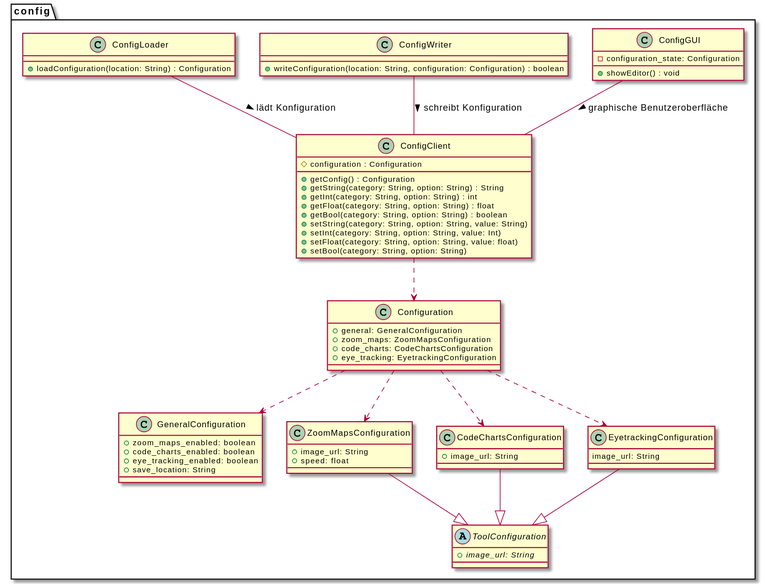
Above: meilenstein_03/uml-config/config.svg in weichware10/meilensteine (PlantUML), before the change.
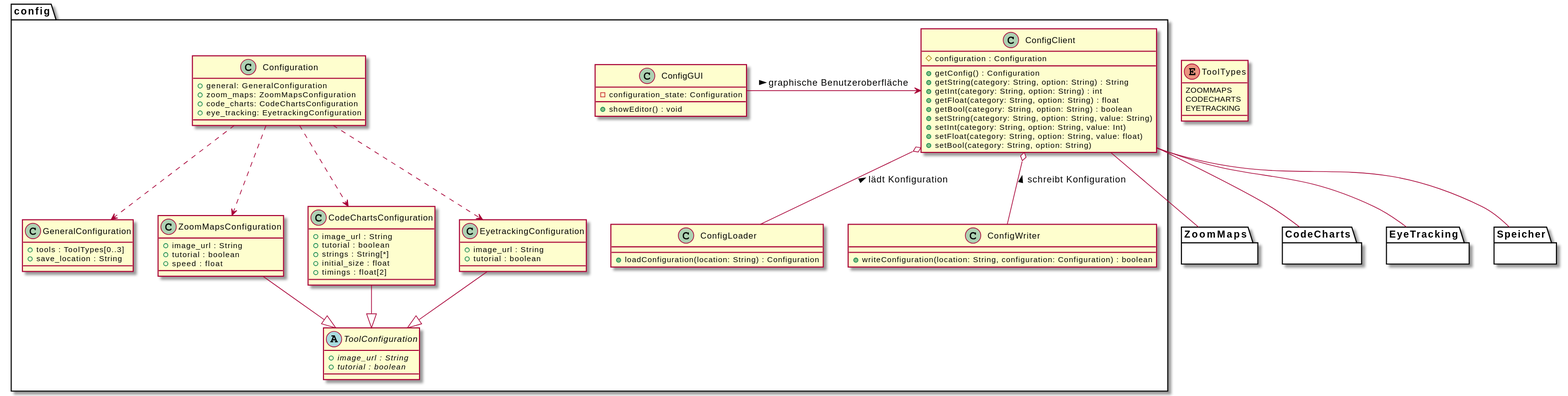
After the change.

Commit message:
Render PlantUML SVGs

Change to the diagram source:
```diff
@@ -1,4 +1,15 @@
 @startuml
+enum ToolTypes {
+  ZOOMMAPS
+  CODECHARTS
+  EYETRACKING
+}
+
+package ZoomMaps {}
+package CodeCharts {}
+package EyeTracking {}
+package Speicher {}
+
 package config {
   class ConfigClient {
     # configuration : Configuration
@@ -33,32 +44,36 @@
     + eye_tracking: EyetrackingConfiguration
   }
   class GeneralConfiguration {
-    + zoom_maps_enabled: boolean
-    + code_charts_enabled: boolean
-    + eye_tracking_enabled: boolean
-    + save_location: String
+    + tools : ToolTypes[0..3]
+    + save_location : String
   }
   class ZoomMapsConfiguration {
-    + image_url: String
-    + speed: float
+    + image_url : String
+    + tutorial : boolean
+    + speed : float
   }
   class CodeChartsConfiguration {
-    + image_url: String
+    + image_url : String
+    + tutorial : boolean
+    + strings : String[*]
+    + initial_size : float
+    + timings : float[2]
   }
   class EyetrackingConfiguration {
-    image_url: String
+    + image_url : String
+    + tutorial : boolean
   }
   abstract ToolConfiguration {
-    + {abstract} image_url: String
+    + {abstract} image_url : String
+    + {abstract} tutorial : boolean
   }
 
-  ConfigClient ..> Configuration
 
-  ConfigClient -u- ConfigLoader : < lädt Konfiguration
+  ConfigClient o-- ConfigLoader : < lädt Konfiguration
 
-  ConfigClient -u- ConfigWriter : < schreibt Konfiguration
+  ConfigClient o-- ConfigWriter : < schreibt Konfiguration
 
-  ConfigClient -u- ConfigGUI : < graphische Benutzeroberfläche
+  ConfigClient <-l- ConfigGUI : < graphische Benutzeroberfläche
 
   Configuration ..> GeneralConfiguration
   Configuration ..> ZoomMapsConfiguration
@@ -69,4 +84,8 @@
   CodeChartsConfiguration --|> ToolConfiguration
   EyetrackingConfiguration --|> ToolConfiguration
 }
+ConfigClient -- ZoomMaps
+ConfigClient -- CodeCharts
+ConfigClient -- EyeTracking
+ConfigClient -- Speicher
 @enduml
```
